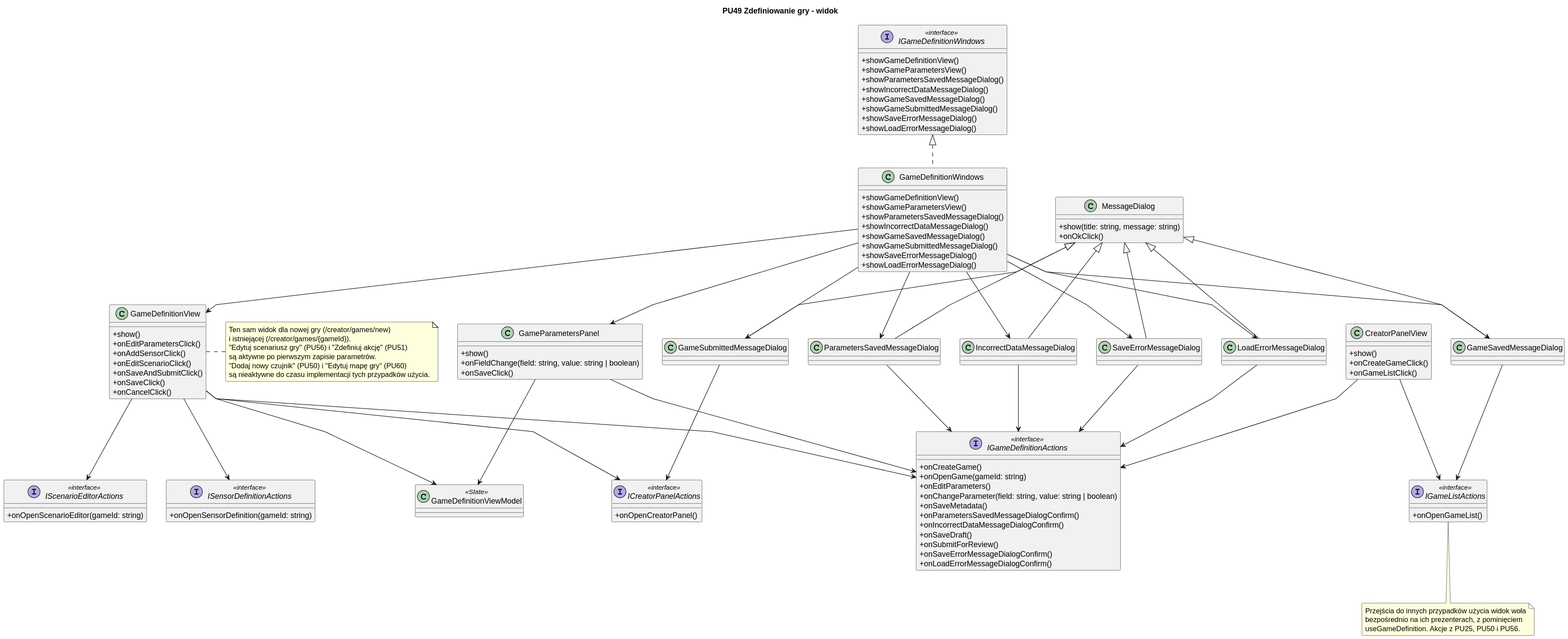
The PlantUML diagram diagrams/frontend/rendered/game-definition-view.svg in Igor-Ochocki/POP-2026Z, before a commit.
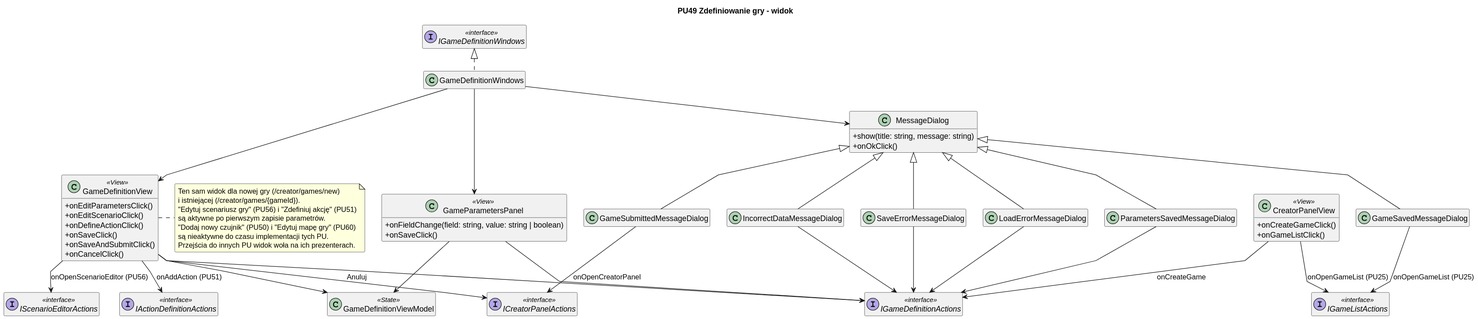
Above is the later version.

What changed in the source:
```diff
@@ -4,27 +4,27 @@
 skinparam shadowing false
 skinparam roundcorner 4
 skinparam linetype polyline
+skinparam nodesep 30
+skinparam ranksep 40
+hide empty members
 
 title PU49 Zdefiniowanie gry - widok
 
-class CreatorPanelView {
-    + show()
+class CreatorPanelView <<View>> {
     + onCreateGameClick()
     + onGameListClick()
 }
 
-class GameDefinitionView {
-    + show()
+class GameDefinitionView <<View>> {
     + onEditParametersClick()
-    + onAddSensorClick()
     + onEditScenarioClick()
+    + onDefineActionClick()
+    + onSaveClick()
     + onSaveAndSubmitClick()
-    + onSaveClick()
     + onCancelClick()
 }
 
-class GameParametersPanel {
-    + show()
+class GameParametersPanel <<View>> {
     + onFieldChange(field: string, value: string | boolean)
     + onSaveClick()
 }
@@ -48,92 +48,36 @@
 SaveErrorMessageDialog -u-|> MessageDialog
 LoadErrorMessageDialog -u-|> MessageDialog
 
-interface IGameDefinitionActions <<interface>> {
-    + onCreateGame()
-    + onOpenGame(gameId: string)
-    + onEditParameters()
-    + onChangeParameter(field: string, value: string | boolean)
-    + onSaveMetadata()
-    + onParametersSavedMessageDialogConfirm()
-    + onIncorrectDataMessageDialogConfirm()
-    + onSaveDraft()
-    + onSubmitForReview()
-    + onSaveErrorMessageDialogConfirm()
-    + onLoadErrorMessageDialogConfirm()
-}
-
-interface ICreatorPanelActions <<interface>> {
-    + onOpenCreatorPanel()
-}
-
-interface IGameListActions <<interface>> {
-    + onOpenGameList()
-}
-
-interface IScenarioEditorActions <<interface>> {
-    + onOpenScenarioEditor(gameId: string)
-}
-
-interface ISensorDefinitionActions <<interface>> {
-    + onOpenSensorDefinition(gameId: string)
-}
-
+class GameDefinitionWindows
+interface IGameDefinitionWindows <<interface>>
+interface IGameDefinitionActions <<interface>>
 class GameDefinitionViewModel <<State>>
 
-CreatorPanelView --> IGameDefinitionActions
-CreatorPanelView --> IGameListActions
+interface ICreatorPanelActions <<interface>>
+interface IGameListActions <<interface>>
+interface IScenarioEditorActions <<interface>>
+interface IActionDefinitionActions <<interface>>
+
+GameDefinitionWindows .u.|> IGameDefinitionWindows
+GameDefinitionWindows --> GameDefinitionView
+GameDefinitionWindows --> GameParametersPanel
+GameDefinitionWindows --> MessageDialog
+
+CreatorPanelView --> IGameDefinitionActions : onCreateGame
+CreatorPanelView --> IGameListActions : onOpenGameList (PU25)
 GameDefinitionView --> IGameDefinitionActions
-GameDefinitionView --> ICreatorPanelActions
-GameDefinitionView --> IScenarioEditorActions
-GameDefinitionView --> ISensorDefinitionActions
 GameDefinitionView --> GameDefinitionViewModel
+GameDefinitionView --> IScenarioEditorActions : onOpenScenarioEditor (PU56)
+GameDefinitionView --> IActionDefinitionActions : onAddAction (PU51)
+GameDefinitionView --> ICreatorPanelActions : "Anuluj"
 GameParametersPanel --> IGameDefinitionActions
 GameParametersPanel --> GameDefinitionViewModel
 ParametersSavedMessageDialog --> IGameDefinitionActions
 IncorrectDataMessageDialog --> IGameDefinitionActions
-GameSavedMessageDialog --> IGameListActions
-GameSubmittedMessageDialog --> ICreatorPanelActions
 SaveErrorMessageDialog --> IGameDefinitionActions
 LoadErrorMessageDialog --> IGameDefinitionActions
-
-interface IGameDefinitionWindows <<interface>> {
-    + showGameDefinitionView()
-    + showGameParametersView()
-    + showParametersSavedMessageDialog()
-    + showIncorrectDataMessageDialog()
-    + showGameSavedMessageDialog()
-    + showGameSubmittedMessageDialog()
-    + showSaveErrorMessageDialog()
-    + showLoadErrorMessageDialog()
-}
-
-class GameDefinitionWindows {
-    + showGameDefinitionView()
-    + showGameParametersView()
-    + showParametersSavedMessageDialog()
-    + showIncorrectDataMessageDialog()
-    + showGameSavedMessageDialog()
-    + showGameSubmittedMessageDialog()
-    + showSaveErrorMessageDialog()
-    + showLoadErrorMessageDialog()
-}
-
-GameDefinitionWindows .u.|> IGameDefinitionWindows
-
-GameDefinitionWindows --> GameDefinitionView
-GameDefinitionWindows --> GameParametersPanel
-GameDefinitionWindows --> ParametersSavedMessageDialog
-GameDefinitionWindows --> IncorrectDataMessageDialog
-GameDefinitionWindows --> GameSavedMessageDialog
-GameDefinitionWindows --> GameSubmittedMessageDialog
-GameDefinitionWindows --> SaveErrorMessageDialog
-GameDefinitionWindows --> LoadErrorMessageDialog
-
-note bottom of IGameListActions
-    Przejścia do innych przypadków użycia widok woła
-    bezpośrednio na ich prezenterach, z pominięciem
-    useGameDefinition. Akcje z PU25, PU50 i PU56.
-end note
+GameSavedMessageDialog --> IGameListActions : onOpenGameList (PU25)
+GameSubmittedMessageDialog --> ICreatorPanelActions : onOpenCreatorPanel
 
 note right of GameDefinitionView
     Ten sam widok dla nowej gry (/creator/games/new)
@@ -141,6 +85,7 @@
     "Edytuj scenariusz gry" (PU56) i "Zdefiniuj akcję" (PU51)
     są aktywne po pierwszym zapisie parametrów.
     "Dodaj nowy czujnik" (PU50) i "Edytuj mapę gry" (PU60)
-    są nieaktywne do czasu implementacji tych przypadków użycia.
+    są nieaktywne do czasu implementacji tych PU.
+    Przejścia do innych PU widok woła na ich prezenterach.
 end note
 @enduml
```
